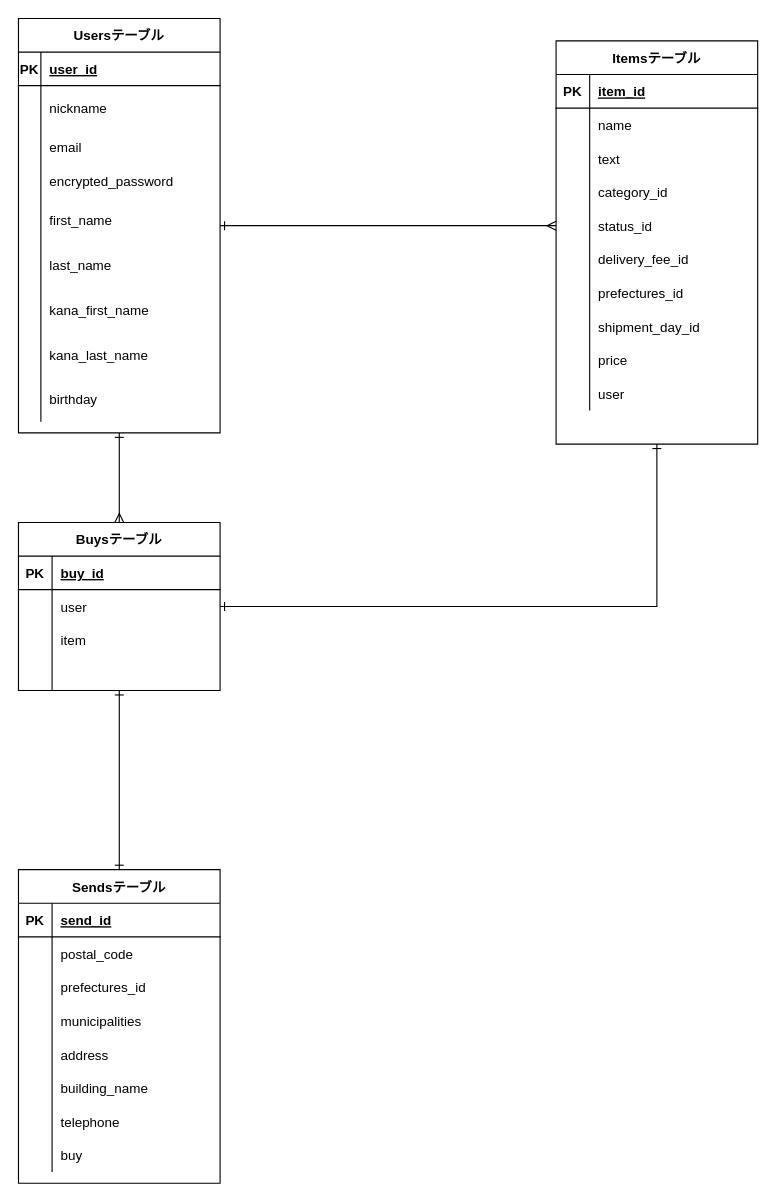
Before: furima.dio in KawashimaRyuhei/furima-36232, a draw.io diagram. Source tidied: cells renumbered, new cells numbered last; positions are measured from the earlier drawing's top-left corner, leaving out a move shared by most shapes. Both pictures are drawn from the tidied source at 112%, with x=0, y=0 at pixel (18, 18).
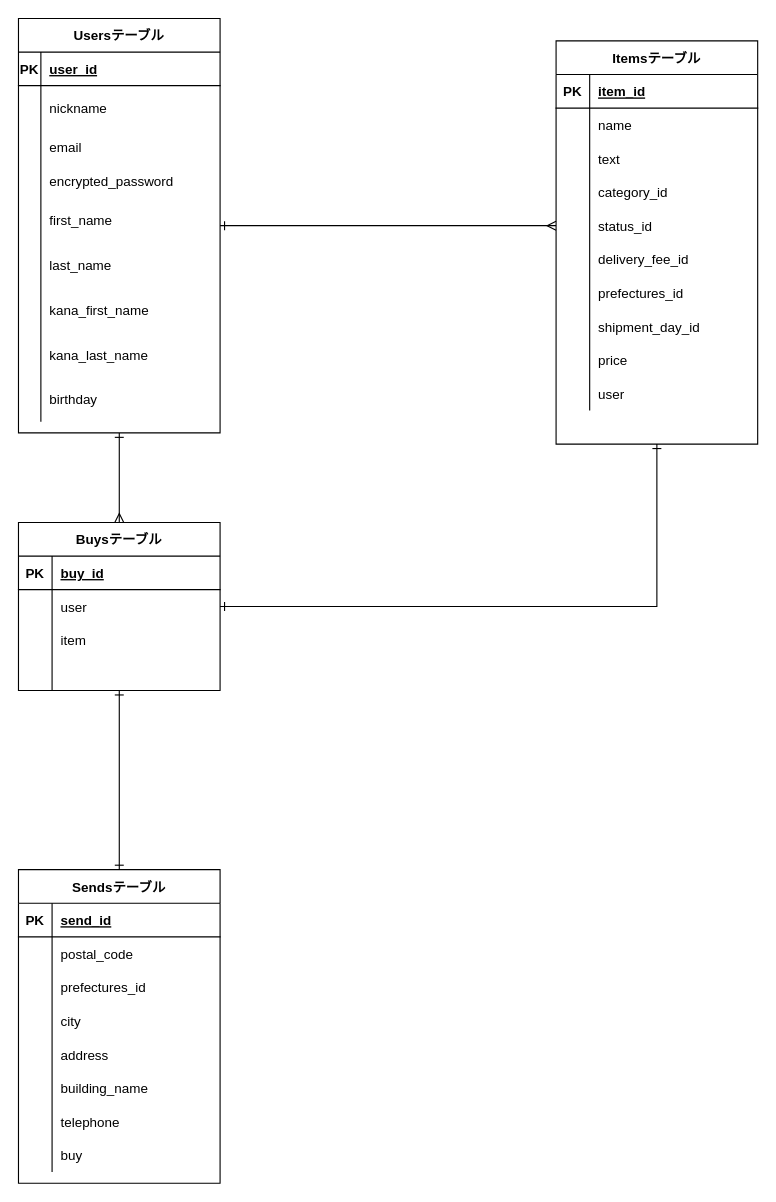
The same diagram, later.

Commit message:
Sendsテーブルに関わる「municipalities」を「city」へ変更

The change refers to these unchanged cells:
```xml
<mxCell id="88" style="shape=partialRectangle;fillColor=none;top=0;left=0;bottom=0;right=0;" parent="78" vertex="1">
  <mxGeometry y="120" width="180" height="30" as="geometry" />
</mxCell>
```

The edit, as a diff of the source:
```diff
@@
-    <mxCell id="90" value="municipalities" style="shape=partialRectangle;fillColor=none;top=0;left=0;bottom=0;right=0;align=left;spacingLeft=6;overflow=hidden;" parent="88" vertex="1">
+    <mxCell id="90" value="city" style="shape=partialRectangle;fillColor=none;top=0;left=0;bottom=0;right=0;align=left;spacingLeft=6;overflow=hidden;" parent="88" vertex="1">
       <mxGeometry x="30" width="150" height="30" as="geometry" />
     </mxCell>
```
